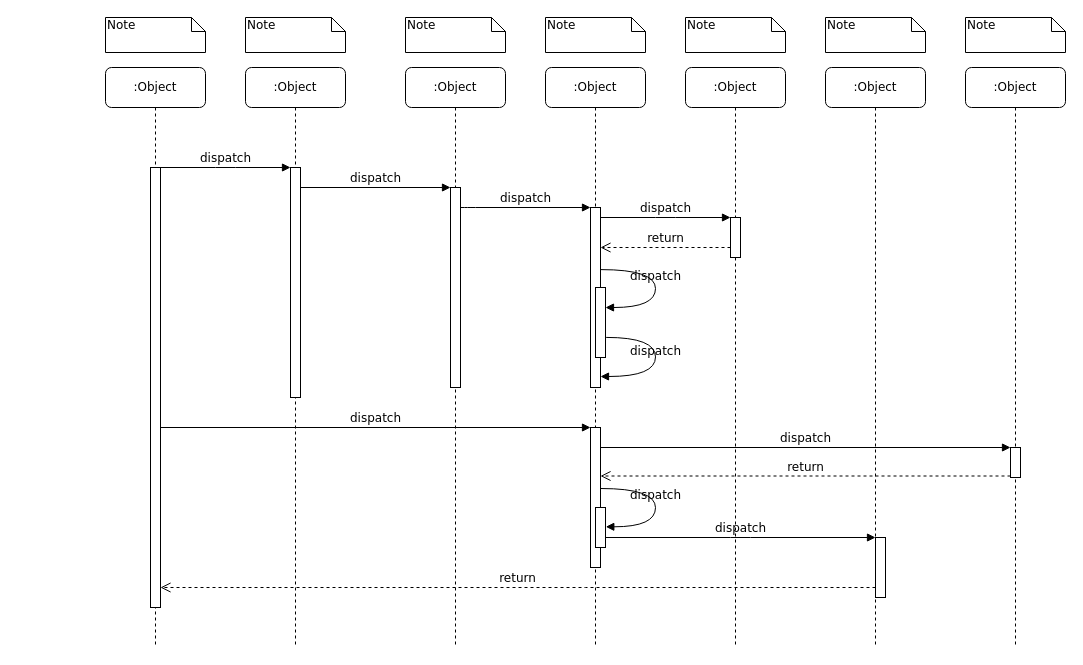
Earlier version of the draw.io diagram Sequence_CheckoutBook.drawio (megaunknown/UML). Source tidied: cells renumbered, new cells numbered last; positions are measured from the earlier drawing's top-left corner, leaving out a move shared by most shapes. Both pictures are drawn from the tidied source at 100%, with x=0, y=0 at pixel (105, 17).
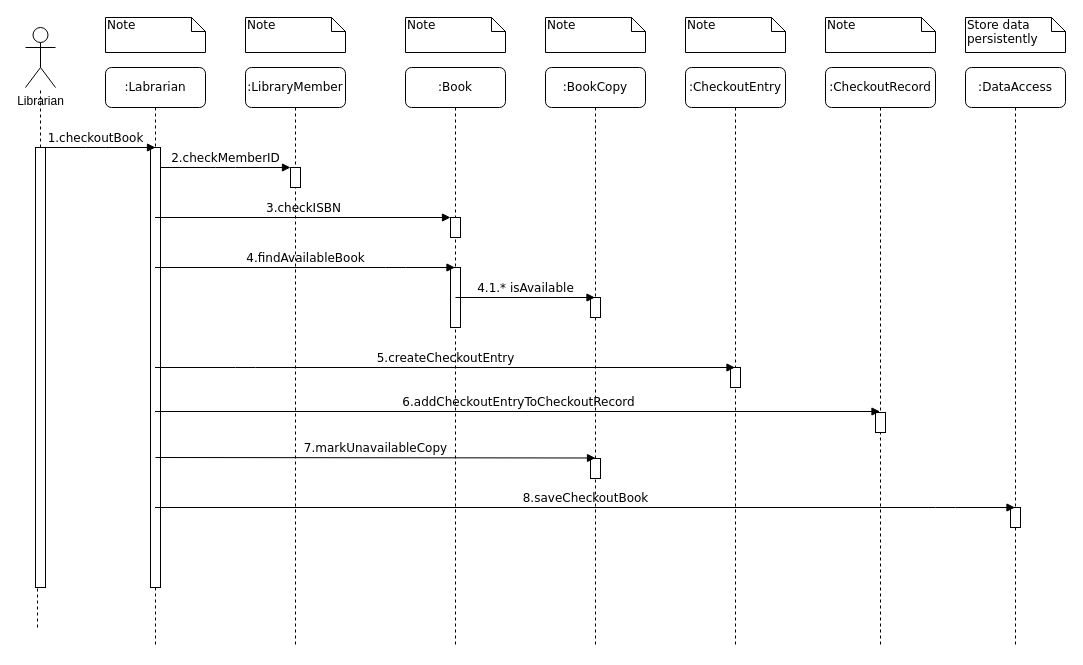
The same page after the edit.

What changed in the source:
```diff
@@
-    <mxCell id="2" value=":Object" style="shape=umlLifeline;perimeter=lifelinePerimeter;whiteSpace=wrap;html=1;rounded=1;shadow=0;comic=0;labelBackgroundColor=none;strokeWidth=1;fontFamily=Verdana;fontSize=12;align=center;" parent="1" vertex="1">
+    <mxCell id="2" value=":LibraryMember" style="shape=umlLifeline;perimeter=lifelinePerimeter;whiteSpace=wrap;html=1;rounded=1;shadow=0;comic=0;labelBackgroundColor=none;strokeWidth=1;fontFamily=Verdana;fontSize=12;align=center;" parent="1" vertex="1">
       <mxGeometry x="140" y="50" width="100" height="580" as="geometry" />
     </mxCell>
     <mxCell id="3" style="html=1;points=[];perimeter=orthogonalPerimeter;rounded=0;shadow=0;comic=0;labelBackgroundColor=none;strokeWidth=1;fontFamily=Verdana;fontSize=12;align=center;" parent="2" vertex="1">
-      <mxGeometry x="45" y="100" width="10" height="230" as="geometry" />
+      <mxGeometry x="45" y="100" width="10" height="20" as="geometry" />
     </mxCell>
-    <mxCell id="4" value=":Object" style="shape=umlLifeline;perimeter=lifelinePerimeter;whiteSpace=wrap;html=1;outlineConnect=0;rounded=1;shadow=0;comic=0;labelBackgroundColor=none;strokeWidth=1;fontFamily=Verdana;fontSize=12;align=center;" parent="1" vertex="1">
+    <mxCell id="4" value=":Book" style="shape=umlLifeline;perimeter=lifelinePerimeter;whiteSpace=wrap;html=1;outlineConnect=0;rounded=1;shadow=0;comic=0;labelBackgroundColor=none;strokeWidth=1;fontFamily=Verdana;fontSize=12;align=center;" parent="1" vertex="1">
       <mxGeometry x="300" y="50" width="100" height="580" as="geometry" />
     </mxCell>
     <mxCell id="5" style="html=1;points=[];perimeter=orthogonalPerimeter;rounded=0;shadow=0;comic=0;labelBackgroundColor=none;strokeWidth=1;fontFamily=Verdana;fontSize=12;align=center;" parent="4" vertex="1">
-      <mxGeometry x="45" y="120" width="10" height="200" as="geometry" />
+      <mxGeometry x="45" y="150" width="10" height="20" as="geometry" />
     </mxCell>
+    <mxCell id="39" style="html=1;perimeter=orthogonalPerimeter;rounded=0;shadow=0;comic=0;labelBackgroundColor=none;strokeWidth=1;fontFamily=Verdana;fontSize=12;align=center;" parent="4" vertex="1">
+      <mxGeometry x="45" y="200" width="10" height="60" as="geometry" />
+    </mxCell>
-    <mxCell id="6" value=":Object" style="shape=umlLifeline;perimeter=lifelinePerimeter;whiteSpace=wrap;html=1;outlineConnect=0;rounded=1;shadow=0;comic=0;labelBackgroundColor=none;strokeWidth=1;fontFamily=Verdana;fontSize=12;align=center;" parent="1" vertex="1">
+    <mxCell id="6" value=":BookCopy" style="shape=umlLifeline;perimeter=lifelinePerimeter;whiteSpace=wrap;html=1;outlineConnect=0;rounded=1;shadow=0;comic=0;labelBackgroundColor=none;strokeWidth=1;fontFamily=Verdana;fontSize=12;align=center;" parent="1" vertex="1">
       <mxGeometry x="440" y="50" width="100" height="580" as="geometry" />
     </mxCell>
+    <mxCell id="40" style="html=1;perimeter=orthogonalPerimeter;rounded=0;shadow=0;comic=0;labelBackgroundColor=none;strokeWidth=1;fontFamily=Verdana;fontSize=12;align=center;" parent="6" vertex="1">
+      <mxGeometry x="45" y="230" width="10" height="20" as="geometry" />
+    </mxCell>
+    <mxCell id="41" style="html=1;perimeter=orthogonalPerimeter;rounded=0;shadow=0;comic=0;labelBackgroundColor=none;strokeWidth=1;fontFamily=Verdana;fontSize=12;align=center;" parent="6" vertex="1">
+      <mxGeometry x="45" y="391" width="10" height="20" as="geometry" />
+    </mxCell>
-    <mxCell id="7" value=":Object" style="shape=umlLifeline;perimeter=lifelinePerimeter;whiteSpace=wrap;html=1;outlineConnect=0;rounded=1;shadow=0;comic=0;labelBackgroundColor=none;strokeWidth=1;fontFamily=Verdana;fontSize=12;align=center;" parent="1" vertex="1">
+    <mxCell id="7" value=":CheckoutEntry" style="shape=umlLifeline;perimeter=lifelinePerimeter;whiteSpace=wrap;html=1;outlineConnect=0;rounded=1;shadow=0;comic=0;labelBackgroundColor=none;strokeWidth=1;fontFamily=Verdana;fontSize=12;align=center;" parent="1" vertex="1">
       <mxGeometry x="580" y="50" width="100" height="580" as="geometry" />
     </mxCell>
+    <mxCell id="42" style="html=1;perimeter=orthogonalPerimeter;rounded=0;shadow=0;comic=0;labelBackgroundColor=none;strokeWidth=1;fontFamily=Verdana;fontSize=12;align=center;" parent="7" vertex="1">
+      <mxGeometry x="45" y="300" width="10" height="20" as="geometry" />
+    </mxCell>
-    <mxCell id="8" value=":Object" style="shape=umlLifeline;perimeter=lifelinePerimeter;whiteSpace=wrap;html=1;outlineConnect=0;rounded=1;shadow=0;comic=0;labelBackgroundColor=none;strokeWidth=1;fontFamily=Verdana;fontSize=12;align=center;" parent="1" vertex="1">
-      <mxGeometry x="720" y="50" width="100" height="580" as="geometry" />
+    <mxCell id="8" value=":CheckoutRecord" style="shape=umlLifeline;perimeter=lifelinePerimeter;whiteSpace=wrap;html=1;outlineConnect=0;rounded=1;shadow=0;comic=0;labelBackgroundColor=none;strokeWidth=1;fontFamily=Verdana;fontSize=12;align=center;" parent="1" vertex="1">
+      <mxGeometry x="720" y="50" width="110" height="580" as="geometry" />
     </mxCell>
+    <mxCell id="43" style="html=1;perimeter=orthogonalPerimeter;rounded=0;shadow=0;comic=0;labelBackgroundColor=none;strokeWidth=1;fontFamily=Verdana;fontSize=12;align=center;" parent="8" vertex="1">
+      <mxGeometry x="50" y="345" width="10" height="20" as="geometry" />
+    </mxCell>
-    <mxCell id="9" value=":Object" style="shape=umlLifeline;perimeter=lifelinePerimeter;whiteSpace=wrap;html=1;outlineConnect=0;rounded=1;shadow=0;comic=0;labelBackgroundColor=none;strokeWidth=1;fontFamily=Verdana;fontSize=12;align=center;" parent="1" vertex="1">
+    <mxCell id="9" value=":DataAccess" style="shape=umlLifeline;perimeter=lifelinePerimeter;whiteSpace=wrap;html=1;outlineConnect=0;rounded=1;shadow=0;comic=0;labelBackgroundColor=none;strokeWidth=1;fontFamily=Verdana;fontSize=12;align=center;" parent="1" vertex="1">
       <mxGeometry x="860" y="50" width="100" height="580" as="geometry" />
     </mxCell>
+    <mxCell id="19" style="html=1;points=[];perimeter=orthogonalPerimeter;rounded=0;shadow=0;comic=0;labelBackgroundColor=none;strokeColor=#000000;strokeWidth=1;fillColor=#FFFFFF;fontFamily=Verdana;fontSize=12;fontColor=#000000;align=center;" parent="9" vertex="1">
+      <mxGeometry x="45" y="440" width="10" height="20" as="geometry" />
+    </mxCell>
-    <mxCell id="10" value=":Object" style="shape=umlLifeline;perimeter=lifelinePerimeter;whiteSpace=wrap;html=1;outlineConnect=0;rounded=1;shadow=0;comic=0;labelBackgroundColor=none;strokeWidth=1;fontFamily=Verdana;fontSize=12;align=center;" parent="1" vertex="1">
+    <mxCell id="10" value=":Labrarian" style="shape=umlLifeline;perimeter=lifelinePerimeter;whiteSpace=wrap;html=1;outlineConnect=0;rounded=1;shadow=0;comic=0;labelBackgroundColor=none;strokeWidth=1;fontFamily=Verdana;fontSize=12;align=center;" parent="1" vertex="1">
       <mxGeometry y="50" width="100" height="580" as="geometry" />
     </mxCell>
     <mxCell id="11" style="html=1;points=[];perimeter=orthogonalPerimeter;rounded=0;shadow=0;comic=0;labelBackgroundColor=none;strokeWidth=1;fontFamily=Verdana;fontSize=12;align=center;" parent="10" vertex="1">
-      <mxGeometry x="45" y="100" width="10" height="440" as="geometry" />
+      <mxGeometry x="45" y="80" width="10" height="440" as="geometry" />
     </mxCell>
-    <mxCell id="12" style="html=1;points=[];perimeter=orthogonalPerimeter;rounded=0;shadow=0;comic=0;labelBackgroundColor=none;strokeWidth=1;fontFamily=Verdana;fontSize=12;align=center;" parent="1" vertex="1">
-      <mxGeometry x="485" y="190" width="10" height="180" as="geometry" />
-    </mxCell>
-    <mxCell id="13" value="dispatch" style="html=1;verticalAlign=bottom;endArrow=block;labelBackgroundColor=none;fontFamily=Verdana;fontSize=12;edgeStyle=elbowEdgeStyle;elbow=vertical;" parent="1" edge="1" source="5" target="12">
+    <mxCell id="13" value="4.findAvailableBook" style="html=1;verticalAlign=bottom;endArrow=block;labelBackgroundColor=none;fontFamily=Verdana;fontSize=12;edgeStyle=elbowEdgeStyle;elbow=vertical;" parent="1" edge="1" source="10" target="4">
       <mxGeometry relative="1" as="geometry">
         <Array as="points">
+          <mxPoint x="290" y="250" />
+          <mxPoint x="310" y="270" />
+          <mxPoint x="420" y="250" />
+          <mxPoint x="450" y="240" />
           <mxPoint x="360" y="190" />
         </Array>
       </mxGeometry>
     </mxCell>
-    <mxCell id="14" style="html=1;points=[];perimeter=orthogonalPerimeter;rounded=0;shadow=0;comic=0;labelBackgroundColor=none;strokeWidth=1;fontFamily=Verdana;fontSize=12;align=center;" parent="1" vertex="1">
-      <mxGeometry x="625" y="200" width="10" height="40" as="geometry" />
-    </mxCell>
-    <mxCell id="15" value="dispatch" style="html=1;verticalAlign=bottom;endArrow=block;entryX=0;entryY=0;labelBackgroundColor=none;fontFamily=Verdana;fontSize=12;edgeStyle=elbowEdgeStyle;elbow=vertical;" parent="1" edge="1" source="12" target="14">
-      <mxGeometry relative="1" as="geometry" />
-    </mxCell>
-    <mxCell id="16" value="return" style="html=1;verticalAlign=bottom;endArrow=open;dashed=1;endSize=8;labelBackgroundColor=none;fontFamily=Verdana;fontSize=12;edgeStyle=elbowEdgeStyle;elbow=vertical;" parent="1" edge="1" source="14" target="12">
-      <mxGeometry relative="1" as="geometry">
-        <Array as="points">
-          <mxPoint x="570" y="230" />
-          <mxPoint x="600" y="230" />
-        </Array>
-      </mxGeometry>
-    </mxCell>
-    <mxCell id="17" style="html=1;points=[];perimeter=orthogonalPerimeter;rounded=0;shadow=0;comic=0;labelBackgroundColor=none;strokeWidth=1;fontFamily=Verdana;fontSize=12;align=center;" parent="1" vertex="1">
-      <mxGeometry x="485" y="410" width="10" height="140" as="geometry" />
-    </mxCell>
-    <mxCell id="18" value="dispatch" style="html=1;verticalAlign=bottom;endArrow=block;entryX=0;entryY=0;labelBackgroundColor=none;fontFamily=Verdana;fontSize=12;" parent="1" edge="1" source="11" target="17">
-      <mxGeometry relative="1" as="geometry" />
+    <mxCell id="18" value="5.createCheckoutEntry" style="html=1;verticalAlign=bottom;endArrow=block;labelBackgroundColor=none;fontFamily=Verdana;fontSize=12;" parent="1" edge="1" source="10" target="7">
+      <mxGeometry relative="1" as="geometry">
+        <Array as="points">
+          <mxPoint x="140" y="350" />
+        </Array>
+      </mxGeometry>
     </mxCell>
-    <mxCell id="19" style="html=1;points=[];perimeter=orthogonalPerimeter;rounded=0;shadow=0;comic=0;labelBackgroundColor=none;strokeColor=#000000;strokeWidth=1;fillColor=#FFFFFF;fontFamily=Verdana;fontSize=12;fontColor=#000000;align=center;" parent="1" vertex="1">
-      <mxGeometry x="905" y="430" width="10" height="30" as="geometry" />
-    </mxCell>
-    <mxCell id="20" value="dispatch" style="html=1;verticalAlign=bottom;endArrow=block;entryX=0;entryY=0;labelBackgroundColor=none;fontFamily=Verdana;fontSize=12;" parent="1" edge="1" source="17" target="19">
-      <mxGeometry relative="1" as="geometry" />
-    </mxCell>
-    <mxCell id="21" value="return" style="html=1;verticalAlign=bottom;endArrow=open;dashed=1;endSize=8;exitX=0;exitY=0.95;labelBackgroundColor=none;fontFamily=Verdana;fontSize=12;" parent="1" edge="1" source="19" target="17">
-      <mxGeometry relative="1" as="geometry" />
-    </mxCell>
-    <mxCell id="22" style="html=1;points=[];perimeter=orthogonalPerimeter;rounded=0;shadow=0;comic=0;labelBackgroundColor=none;strokeWidth=1;fontFamily=Verdana;fontSize=12;align=center;" parent="1" vertex="1">
-      <mxGeometry x="770" y="520" width="10" height="60" as="geometry" />
-    </mxCell>
-    <mxCell id="23" value="dispatch" style="html=1;verticalAlign=bottom;endArrow=block;entryX=0;entryY=0;labelBackgroundColor=none;fontFamily=Verdana;fontSize=12;edgeStyle=elbowEdgeStyle;elbow=vertical;" parent="1" edge="1" source="30" target="22">
-      <mxGeometry relative="1" as="geometry" />
-    </mxCell>
-    <mxCell id="24" value="return" style="html=1;verticalAlign=bottom;endArrow=open;dashed=1;endSize=8;labelBackgroundColor=none;fontFamily=Verdana;fontSize=12;edgeStyle=elbowEdgeStyle;elbow=vertical;" parent="1" edge="1" source="22" target="11">
-      <mxGeometry relative="1" as="geometry">
-        <Array as="points">
-          <mxPoint x="470" y="570" />
-        </Array>
-      </mxGeometry>
-    </mxCell>
-    <mxCell id="25" value="dispatch" style="html=1;verticalAlign=bottom;endArrow=block;entryX=0;entryY=0;labelBackgroundColor=none;fontFamily=Verdana;fontSize=12;edgeStyle=elbowEdgeStyle;elbow=vertical;" parent="1" edge="1" source="11" target="3">
+    <mxCell id="25" value="2.checkMemberID" style="html=1;verticalAlign=bottom;endArrow=block;entryX=0;entryY=0;labelBackgroundColor=none;fontFamily=Verdana;fontSize=12;edgeStyle=elbowEdgeStyle;elbow=vertical;" parent="1" edge="1" source="11" target="3">
       <mxGeometry relative="1" as="geometry" />
     </mxCell>
-    <mxCell id="26" value="dispatch" style="html=1;verticalAlign=bottom;endArrow=block;entryX=0;entryY=0;labelBackgroundColor=none;fontFamily=Verdana;fontSize=12;edgeStyle=elbowEdgeStyle;elbow=vertical;" parent="1" edge="1" source="3" target="5">
-      <mxGeometry relative="1" as="geometry" />
+    <mxCell id="26" value="3.checkISBN" style="html=1;verticalAlign=bottom;endArrow=block;entryX=0;entryY=0;labelBackgroundColor=none;fontFamily=Verdana;fontSize=12;edgeStyle=elbowEdgeStyle;elbow=vertical;" parent="1" edge="1" source="10">
+      <mxGeometry relative="1" as="geometry">
+        <mxPoint x="345" y="200" as="targetPoint" />
+      </mxGeometry>
     </mxCell>
-    <mxCell id="27" style="html=1;points=[];perimeter=orthogonalPerimeter;rounded=0;shadow=0;comic=0;labelBackgroundColor=none;strokeWidth=1;fontFamily=Verdana;fontSize=12;align=center;" parent="1" vertex="1">
-      <mxGeometry x="490" y="270" width="10" height="70" as="geometry" />
-    </mxCell>
-    <mxCell id="28" value="dispatch" style="html=1;verticalAlign=bottom;endArrow=block;labelBackgroundColor=none;fontFamily=Verdana;fontSize=12;elbow=vertical;edgeStyle=orthogonalEdgeStyle;curved=1;entryX=1;entryY=0.286;entryPerimeter=0;exitX=1.038;exitY=0.345;exitPerimeter=0;" parent="1" edge="1" source="12" target="27">
-      <mxGeometry relative="1" as="geometry">
-        <Array as="points">
-          <mxPoint x="550" y="252" />
-          <mxPoint x="550" y="290" />
-        </Array>
-      </mxGeometry>
-    </mxCell>
-    <mxCell id="29" value="dispatch" style="html=1;verticalAlign=bottom;endArrow=block;labelBackgroundColor=none;fontFamily=Verdana;fontSize=12;elbow=vertical;edgeStyle=orthogonalEdgeStyle;curved=1;exitX=1.066;exitY=0.713;exitPerimeter=0;" parent="1" edge="1" source="27">
-      <mxGeometry relative="1" as="geometry">
-        <mxPoint x="495" y="359" as="targetPoint" />
-        <Array as="points">
-          <mxPoint x="550" y="320" />
-          <mxPoint x="550" y="359" />
-        </Array>
-      </mxGeometry>
-    </mxCell>
-    <mxCell id="30" style="html=1;points=[];perimeter=orthogonalPerimeter;rounded=0;shadow=0;comic=0;labelBackgroundColor=none;strokeWidth=1;fontFamily=Verdana;fontSize=12;align=center;" parent="1" vertex="1">
-      <mxGeometry x="490" y="490" width="10" height="40" as="geometry" />
-    </mxCell>
-    <mxCell id="31" value="dispatch" style="html=1;verticalAlign=bottom;endArrow=block;labelBackgroundColor=none;fontFamily=Verdana;fontSize=12;elbow=vertical;edgeStyle=orthogonalEdgeStyle;curved=1;entryX=1;entryY=0.286;entryPerimeter=0;exitX=1.038;exitY=0.345;exitPerimeter=0;" parent="1" edge="1">
-      <mxGeometry relative="1" as="geometry">
-        <mxPoint x="495.3" y="471" as="sourcePoint" />
-        <mxPoint x="500.3" y="509.3" as="targetPoint" />
-        <Array as="points">
-          <mxPoint x="550" y="471" />
-          <mxPoint x="550" y="509" />
-        </Array>
-      </mxGeometry>
-    </mxCell>
@@
     <mxCell id="37" value="Note" style="shape=note;whiteSpace=wrap;html=1;size=14;verticalAlign=top;align=left;spacingTop=-6;rounded=0;shadow=0;comic=0;labelBackgroundColor=none;strokeWidth=1;fontFamily=Verdana;fontSize=12;" parent="1" vertex="1">
-      <mxGeometry x="720" width="100" height="35" as="geometry" />
+      <mxGeometry x="720" width="110" height="35" as="geometry" />
     </mxCell>
-    <mxCell id="38" value="Note" style="shape=note;whiteSpace=wrap;html=1;size=14;verticalAlign=top;align=left;spacingTop=-6;rounded=0;shadow=0;comic=0;labelBackgroundColor=none;strokeWidth=1;fontFamily=Verdana;fontSize=12;" parent="1" vertex="1">
+    <mxCell id="38" value="Store data persistently" style="shape=note;whiteSpace=wrap;html=1;size=14;verticalAlign=top;align=left;spacingTop=-6;rounded=0;shadow=0;comic=0;labelBackgroundColor=none;strokeWidth=1;fontFamily=Verdana;fontSize=12;" parent="1" vertex="1">
       <mxGeometry x="860" width="100" height="35" as="geometry" />
     </mxCell>
+    <mxCell id="44" value="Librarian" style="shape=umlActor;verticalLabelPosition=bottom;labelBackgroundColor=#ffffff;verticalAlign=top;html=1;" parent="1" vertex="1">
+      <mxGeometry x="-80" y="10" width="30" height="60" as="geometry" />
+    </mxCell>
+    <mxCell id="45" style="endArrow=none;dashed=1;html=1;" parent="1" edge="1" source="46" target="44">
+      <mxGeometry relative="1" as="geometry" />
+    </mxCell>
+    <mxCell id="46" style="html=1;points=[];perimeter=orthogonalPerimeter;rounded=0;shadow=0;comic=0;labelBackgroundColor=none;strokeWidth=1;fontFamily=Verdana;fontSize=12;align=center;" parent="1" vertex="1">
+      <mxGeometry x="-70" y="130" width="10" height="440" as="geometry" />
+    </mxCell>
+    <mxCell id="47" style="endArrow=none;dashed=1;html=1;" parent="1" edge="1" target="46">
+      <mxGeometry relative="1" as="geometry">
+        <mxPoint x="-68" y="610" as="sourcePoint" />
+      </mxGeometry>
+    </mxCell>
+    <mxCell id="48" value="1.checkoutBook" style="html=1;verticalAlign=bottom;endArrow=block;entryX=0;entryY=0;labelBackgroundColor=none;fontFamily=Verdana;fontSize=12;edgeStyle=elbowEdgeStyle;elbow=vertical;" parent="1" edge="1">
+      <mxGeometry relative="1" as="geometry">
+        <mxPoint x="-70" y="130" as="sourcePoint" />
+        <mxPoint x="50" y="130" as="targetPoint" />
+      </mxGeometry>
+    </mxCell>
+    <mxCell id="49" value="4.1.* isAvailable" style="html=1;verticalAlign=bottom;endArrow=block;labelBackgroundColor=none;fontFamily=Verdana;fontSize=12;edgeStyle=elbowEdgeStyle;elbow=vertical;" parent="1" edge="1" target="6">
+      <mxGeometry relative="1" as="geometry">
+        <mxPoint x="350" y="280" as="sourcePoint" />
+        <Array as="points">
+          <mxPoint x="480" y="280" />
+          <mxPoint x="390.5" y="300" />
+          <mxPoint x="410.5" y="320" />
+          <mxPoint x="520.5" y="300" />
+          <mxPoint x="550.5" y="290" />
+          <mxPoint x="460.5" y="240" />
+        </Array>
+      </mxGeometry>
+    </mxCell>
+    <mxCell id="50" value="6.addCheckoutEntryToCheckoutRecord" style="html=1;verticalAlign=bottom;endArrow=block;labelBackgroundColor=none;fontFamily=Verdana;fontSize=12;" parent="1" edge="1" source="10" target="8">
+      <mxGeometry relative="1" as="geometry">
+        <Array as="points">
+          <mxPoint x="135.5" y="394" />
+        </Array>
+      </mxGeometry>
+    </mxCell>
+    <mxCell id="51" value="7.markUnavailableCopy" style="html=1;verticalAlign=bottom;endArrow=block;labelBackgroundColor=none;fontFamily=Verdana;fontSize=12;strokeWidth=1;" parent="1" edge="1">
+      <mxGeometry relative="1" as="geometry">
+        <mxPoint x="50" y="440" as="sourcePoint" />
+        <mxPoint x="490" y="440.5" as="targetPoint" />
+      </mxGeometry>
+    </mxCell>
+    <mxCell id="52" value="8.saveCheckoutBook" style="html=1;verticalAlign=bottom;endArrow=block;labelBackgroundColor=none;fontFamily=Verdana;fontSize=12;" parent="1" edge="1" source="10" target="9">
+      <mxGeometry relative="1" as="geometry">
+        <Array as="points">
+          <mxPoint x="145.5" y="490" />
+          <mxPoint x="840" y="490" />
+        </Array>
+      </mxGeometry>
+    </mxCell>
```
